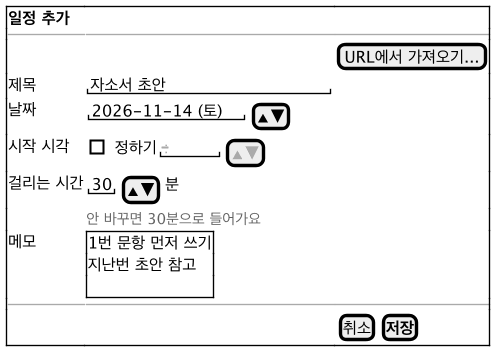
The PlantUML diagram docs/diagrams/ui-form.png in 2026-2-software-system-design-11/planning-pet-app, before a commit. Source of this version:
```plantuml
@startsalt ui-form
!include ui-common.iuml
{+
  <b>일정 추가</b> | . | .
  --|--|--
  . | . | [URL에서 가져오기...]
  제목 | "자소서 초안                " | .
  날짜 | { "2026-11-14 (토)" | [▲▼] } | .
  시작 시각 | { [ ] 정하기 | "<color:#AAAAAA>--:--</color>" | [<color:#AAAAAA>▲▼</color>] } | .
  걸리는 시간 | { "30" | [▲▼] | 분 } | .
  . | <size:11><color:#666666>안 바꾸면 30분으로 들어가요</color></size> | .
  메모 | {+ 1번 문항 먼저 쓰기
  지난번 초안 참고
  . } | .
  --|--|--
  . | . | { [취소] | [<b>저장</b>] }
}
@endsalt
```
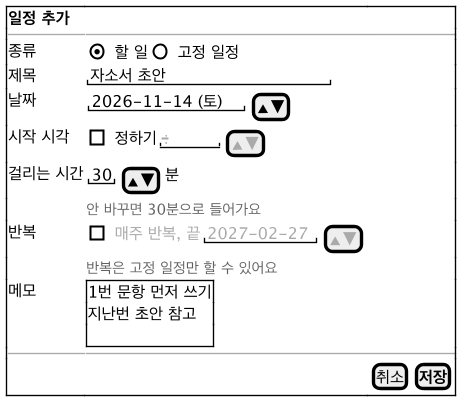
Later version of the same file.

Change to the diagram source:
```diff
@@ -3,12 +3,14 @@
 {+
   <b>일정 추가</b> | . | .
   --|--|--
-  . | . | [URL에서 가져오기...]
+  종류 | { (X) 할 일 | () 고정 일정 } | .
   제목 | "자소서 초안                " | .
   날짜 | { "2026-11-14 (토)" | [▲▼] } | .
   시작 시각 | { [ ] 정하기 | "<color:#AAAAAA>--:--</color>" | [<color:#AAAAAA>▲▼</color>] } | .
   걸리는 시간 | { "30" | [▲▼] | 분 } | .
   . | <size:11><color:#666666>안 바꾸면 30분으로 들어가요</color></size> | .
+  반복 | { [ ] <color:#AAAAAA>매주 반복, 끝</color> | "<color:#AAAAAA>2027-02-27</color>" | [<color:#AAAAAA>▲▼</color>] } | .
+  . | <size:11><color:#666666>반복은 고정 일정만 할 수 있어요</color></size> | .
   메모 | {+ 1번 문항 먼저 쓰기
   지난번 초안 참고
   . } | .
```
